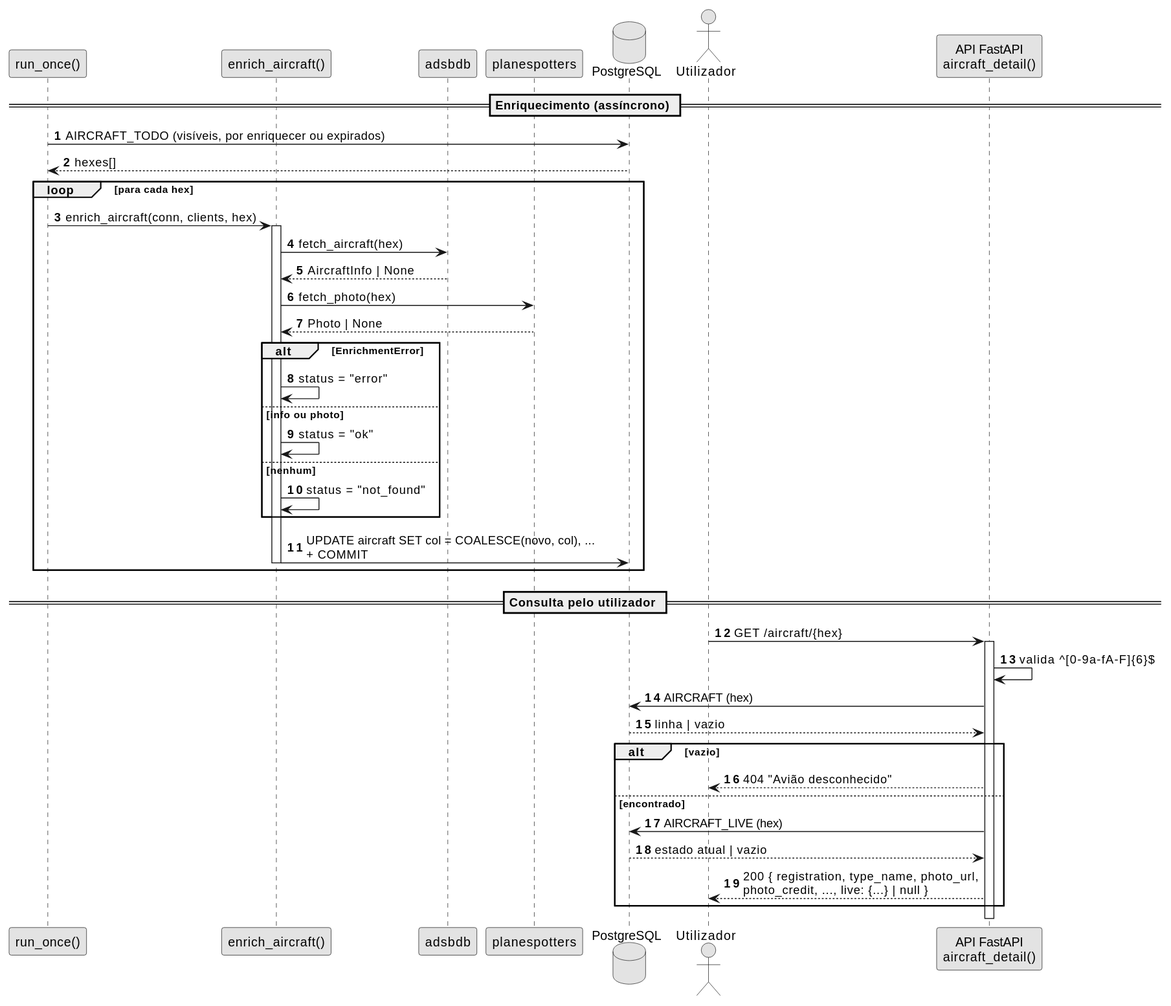
The PlantUML diagram docs/system-documentation/use-cases/US04/svg/sd_us04.svg in miguelsiilva1/SkyTracer, before a commit.
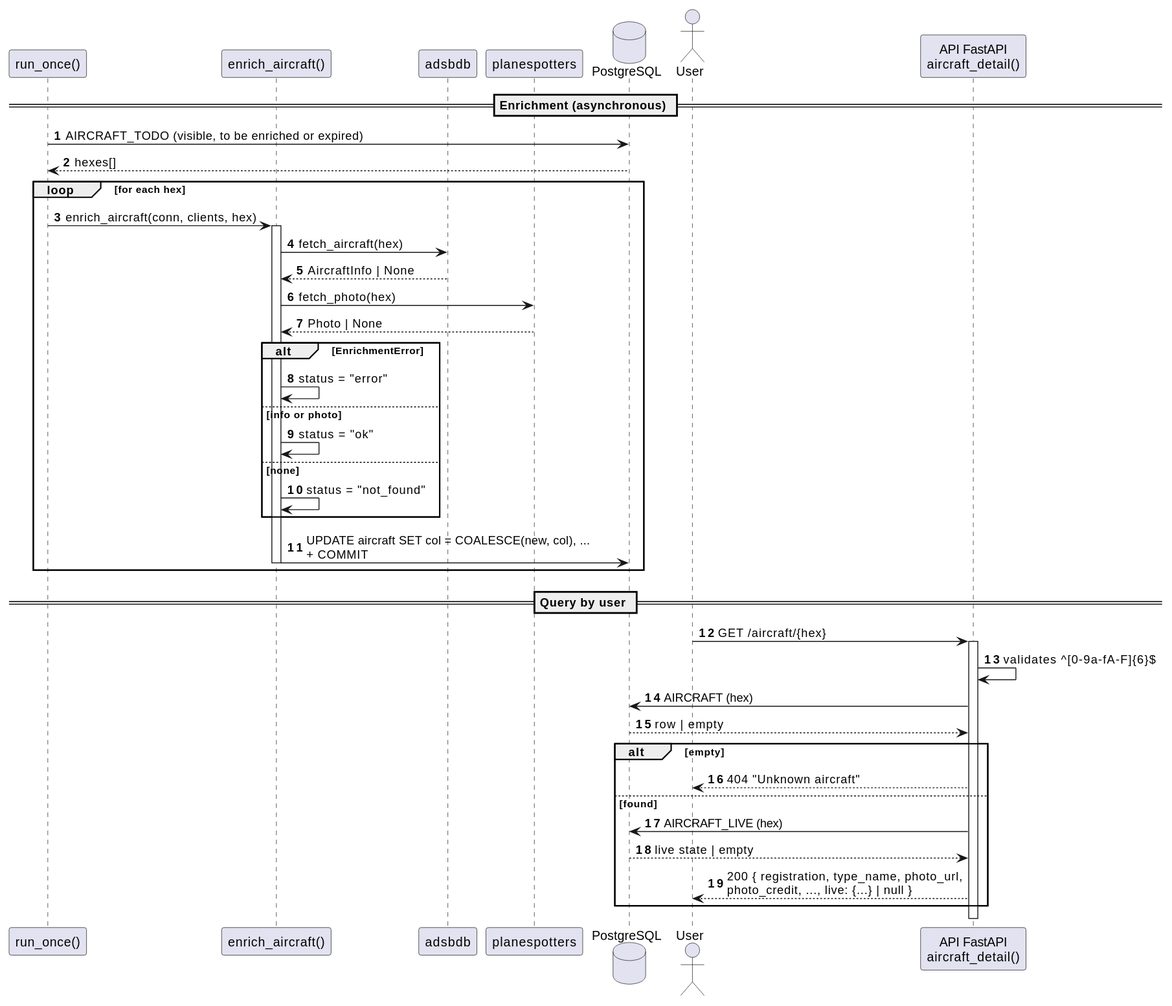
The same diagram one commit later.

Diff of the diagram source:
```diff
@@ -1,18 +1,17 @@
 @startuml
 autonumber
-skinparam monochrome true
 participant "run_once()" as W
 participant "enrich_aircraft()" as EA
 participant "adsbdb" as A
 participant "planespotters" as P
 database "PostgreSQL" as DB
-actor "Utilizador" as U
+actor "User" as U
 participant "API FastAPI\naircraft_detail()" as API
 
-== Enriquecimento (assíncrono) ==
-W -> DB : AIRCRAFT_TODO (visíveis, por enriquecer ou expirados)
+== Enrichment (asynchronous) ==
+W -> DB : AIRCRAFT_TODO (visible, to be enriched or expired)
 DB --> W : hexes[]
-loop para cada hex
+loop for each hex
   W -> EA : enrich_aircraft(conn, clients, hex)
   activate EA
   EA -> A : fetch_aircraft(hex)
@@ -21,26 +20,26 @@
   P --> EA : Photo | None
   alt EnrichmentError
     EA -> EA : status = "error"
-  else info ou photo
+  else info or photo
     EA -> EA : status = "ok"
-  else nenhum
+  else none
     EA -> EA : status = "not_found"
   end
-  EA -> DB : UPDATE aircraft SET col = COALESCE(novo, col), ...\n+ COMMIT
+  EA -> DB : UPDATE aircraft SET col = COALESCE(new, col), ...\n+ COMMIT
   deactivate EA
 end
 
-== Consulta pelo utilizador ==
+== Query by user ==
 U -> API : GET /aircraft/{hex}
 activate API
-API -> API : valida ^[0-9a-fA-F]{6}$
+API -> API : validates ^[0-9a-fA-F]{6}$
 API -> DB : AIRCRAFT (hex)
-DB --> API : linha | vazio
-alt vazio
-  API --> U : 404 "Avião desconhecido"
-else encontrado
+DB --> API : row | empty
+alt empty
+  API --> U : 404 "Unknown aircraft"
+else found
   API -> DB : AIRCRAFT_LIVE (hex)
-  DB --> API : estado atual | vazio
+  DB --> API : live state | empty
   API --> U : 200 { registration, type_name, photo_url,\nphoto_credit, ..., live: {...} | null }
 end
 deactivate API
```
